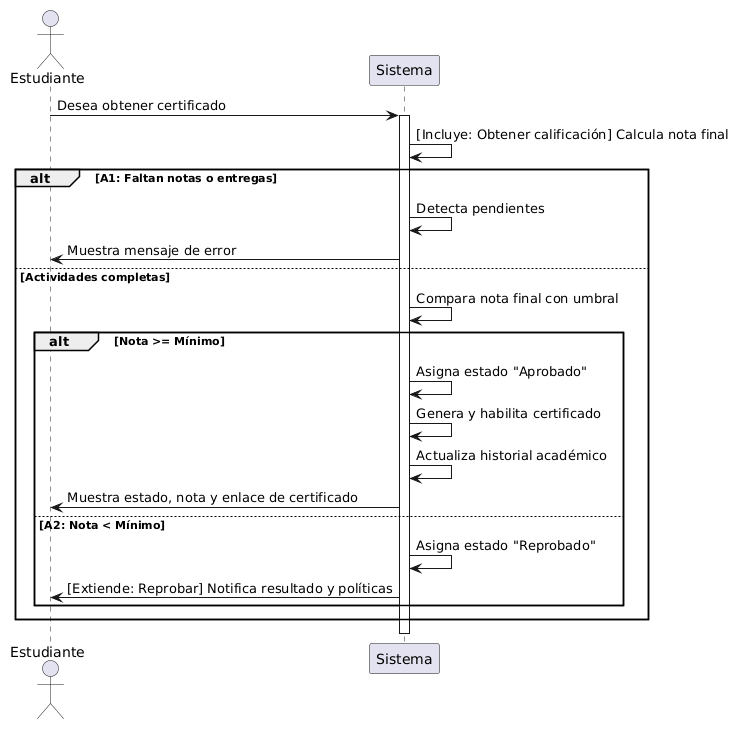
Above: Imgs/DIAGRAMA SECUENCIA 2.png in ezunmur/TALLER4_CODIGOUML (PlantUML), before the change. Source of this version:
```plantuml
@startuml
actor Estudiante
participant Sistema

Estudiante -> Sistema : Desea obtener certificado
activate Sistema

Sistema -> Sistema : [Incluye: Obtener calificación] Calcula nota final

alt A1: Faltan notas o entregas
    Sistema -> Sistema : Detecta pendientes
    Sistema -> Estudiante : Muestra mensaje de error

else Actividades completas
    Sistema -> Sistema : Compara nota final con umbral

    alt Nota >= Mínimo
        Sistema -> Sistema : Asigna estado "Aprobado"
        Sistema -> Sistema : Genera y habilita certificado
        Sistema -> Sistema : Actualiza historial académico
        Sistema -> Estudiante : Muestra estado, nota y enlace de certificado

    else A2: Nota < Mínimo
        Sistema -> Sistema : Asigna estado "Reprobado"
        Sistema -> Estudiante : [Extiende: Reprobar] Notifica resultado y políticas
    end
end

deactivate Sistema
@enduml
```
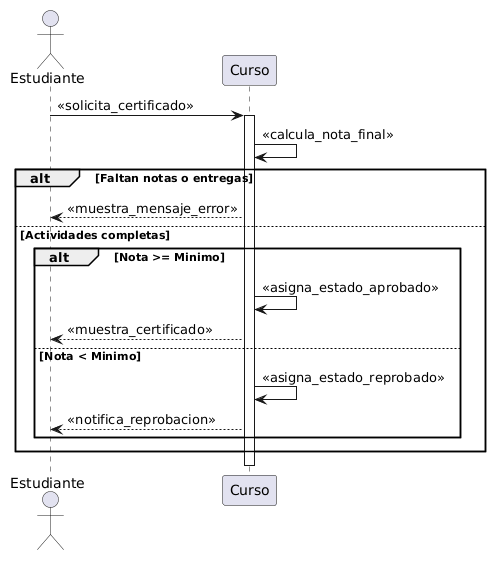
After the commit.

The edit, as a diff of the source:
```diff
@@ -1,30 +1,23 @@
 @startuml
 actor Estudiante
-participant Sistema
+participant "Curso" as Curso
 
-Estudiante -> Sistema : Desea obtener certificado
-activate Sistema
+Estudiante -> Curso : <<solicita_certificado>>
+activate Curso
 
-Sistema -> Sistema : [Incluye: Obtener calificación] Calcula nota final
+Curso -> Curso : <<calcula_nota_final>>
 
-alt A1: Faltan notas o entregas
-    Sistema -> Sistema : Detecta pendientes
-    Sistema -> Estudiante : Muestra mensaje de error
+alt Faltan notas o entregas
+    Curso --> Estudiante : <<muestra_mensaje_error>>
 
 else Actividades completas
-    Sistema -> Sistema : Compara nota final con umbral
-
-    alt Nota >= Mínimo
-        Sistema -> Sistema : Asigna estado "Aprobado"
-        Sistema -> Sistema : Genera y habilita certificado
-        Sistema -> Sistema : Actualiza historial académico
-        Sistema -> Estudiante : Muestra estado, nota y enlace de certificado
-
-    else A2: Nota < Mínimo
-        Sistema -> Sistema : Asigna estado "Reprobado"
-        Sistema -> Estudiante : [Extiende: Reprobar] Notifica resultado y políticas
+    alt Nota >= Minimo
+        Curso -> Curso : <<asigna_estado_aprobado>>
+        Curso --> Estudiante : <<muestra_certificado>>
+    else Nota < Minimo
+        Curso -> Curso : <<asigna_estado_reprobado>>
+        Curso --> Estudiante : <<notifica_reprobacion>>
     end
 end
-
-deactivate Sistema
+deactivate Curso
 @enduml
```
